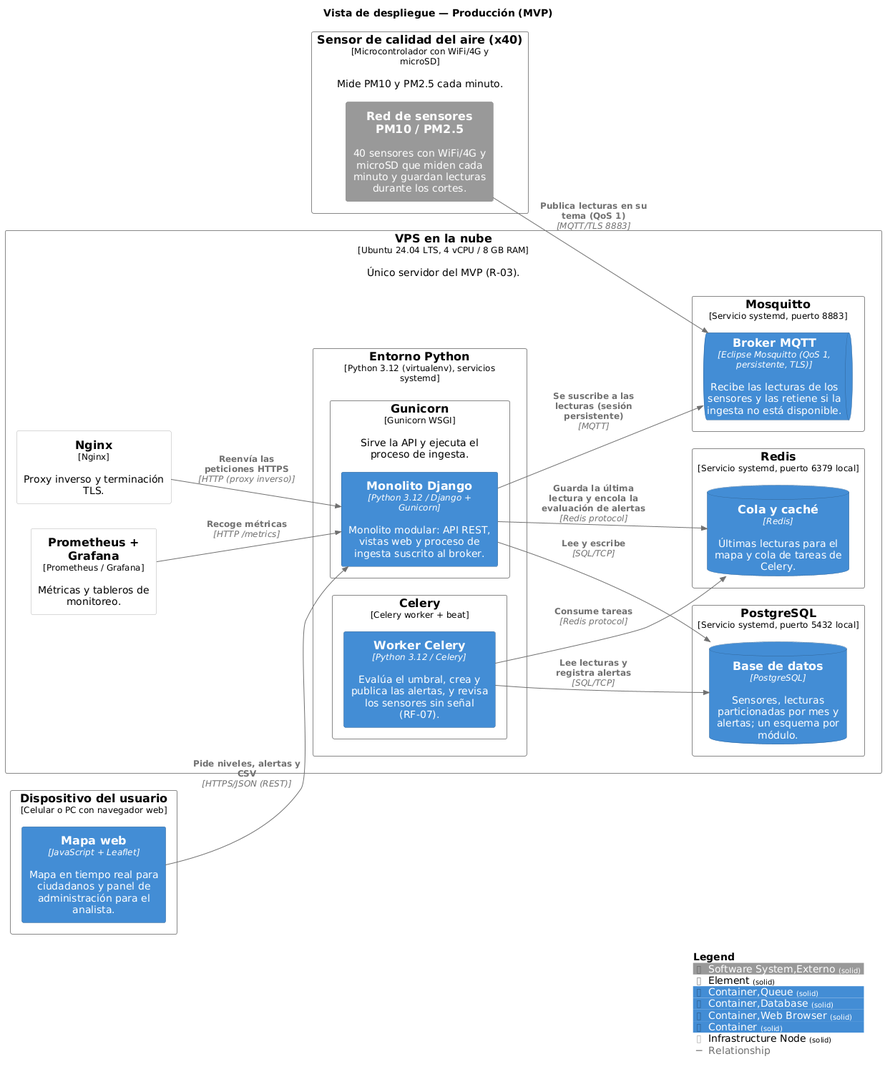
The PlantUML diagram docs/architecture/c4/img/structurizr-Despliegue.png in DanielJosueGuillenValcarcel/cs-2026b-lab04, before a commit. Its diagram source:
```plantuml
@startuml
set separator none
title Vista de despliegue — Producción (MVP)

left to right direction

!include <C4/C4>
!include <C4/C4_Context>
!include <C4/C4_Container>
!include <C4/C4_Deployment>

AddElementTag("Software System,Externo", $bgColor="#999999", $borderColor="#6b6b6b", $fontColor="#ffffff", $sprite="", $shadowing="", $borderStyle="solid")
AddElementTag("Element", $bgColor="#ffffff", $borderColor="#888888", $fontColor="#000000", $sprite="", $shadowing="", $borderStyle="solid")
AddElementTag("Container,Queue", $bgColor="#438dd5", $borderColor="#2e6295", $fontColor="#ffffff", $sprite="", $shadowing="", $borderStyle="solid")
AddElementTag("Container,Database", $bgColor="#438dd5", $borderColor="#2e6295", $fontColor="#ffffff", $sprite="", $shadowing="", $borderStyle="solid")
AddElementTag("Container,Web Browser", $bgColor="#438dd5", $borderColor="#2e6295", $fontColor="#ffffff", $sprite="", $shadowing="", $borderStyle="solid")
AddElementTag("Container", $bgColor="#438dd5", $borderColor="#2e6295", $fontColor="#ffffff", $sprite="", $shadowing="", $borderStyle="solid")
AddElementTag("Infrastructure Node", $bgColor="#ffffff", $borderColor="#b2b2b2", $fontColor="#000000", $sprite="", $shadowing="", $borderStyle="solid")

AddRelTag("Relationship", $textColor="#707070", $lineColor="#707070", $lineStyle = "")

Deployment_Node(Producción.Sensordecalidaddelairex40, "Sensor de calidad del aire (x40)", $type="Microcontrolador con WiFi/4G y microSD", $descr="Mide PM10 y PM2.5 cada minuto.", $tags="Element", $link="") {
  System(Producción.Sensordecalidaddelairex40.ReddesensoresPM10PM25_1, "Red de sensores PM10 / PM2.5", $descr="40 sensores con WiFi/4G y microSD que miden cada minuto y guardan lecturas durante los cortes.", $tags="Software System,Externo", $link="")
}

Deployment_Node(Producción.Dispositivodelusuario, "Dispositivo del usuario", $type="Celular o PC con navegador web", $descr="", $tags="Element", $link="") {
  Container(Producción.Dispositivodelusuario.Mapaweb_1, "Mapa web", $techn="JavaScript + Leaflet", $descr="Mapa en tiempo real para ciudadanos y panel de administración para el analista.", $tags="Container,Web Browser", $link="")
}

Deployment_Node(Producción.VPSenlanube, "VPS en la nube", $type="Ubuntu 24.04 LTS, 4 vCPU / 8 GB RAM", $descr="Único servidor del MVP (R-03).", $tags="Element", $link="") {
  Deployment_Node(Producción.VPSenlanube.Nginx, "Nginx", $type="Nginx", $descr="Proxy inverso y terminación TLS.", $tags="Infrastructure Node", $link="")
  Deployment_Node(Producción.VPSenlanube.PrometheusGrafana, "Prometheus + Grafana", $type="Prometheus / Grafana", $descr="Métricas y tableros de monitoreo.", $tags="Infrastructure Node", $link="")
  Deployment_Node(Producción.VPSenlanube.EntornoPython, "Entorno Python", $type="Python 3.12 (virtualenv), servicios systemd", $descr="", $tags="Element", $link="") {
    Deployment_Node(Producción.VPSenlanube.EntornoPython.Gunicorn, "Gunicorn", $type="Gunicorn WSGI", $descr="Sirve la API y ejecuta el proceso de ingesta.", $tags="Element", $link="") {
      Container(Producción.VPSenlanube.EntornoPython.Gunicorn.MonolitoDjango_1, "Monolito Django", $techn="Python 3.12 / Django + Gunicorn", $descr="Monolito modular: API REST, vistas web y proceso de ingesta suscrito al broker.", $tags="Container", $link="")
    }

    Deployment_Node(Producción.VPSenlanube.EntornoPython.Celery, "Celery", $type="Celery worker + beat", $descr="", $tags="Element", $link="") {
      Container(Producción.VPSenlanube.EntornoPython.Celery.WorkerCelery_1, "Worker Celery", $techn="Python 3.12 / Celery", $descr="Evalúa el umbral, crea y publica las alertas, y revisa los sensores sin señal (RF-07).", $tags="Container", $link="")
    }

  }

  Deployment_Node(Producción.VPSenlanube.Mosquitto, "Mosquitto", $type="Servicio systemd, puerto 8883", $descr="", $tags="Element", $link="") {
    ContainerQueue(Producción.VPSenlanube.Mosquitto.BrokerMQTT_1, "Broker MQTT", $techn="Eclipse Mosquitto (QoS 1, persistente, TLS)", $descr="Recibe las lecturas de los sensores y las retiene si la ingesta no está disponible.", $tags="Container,Queue", $link="")
  }

  Deployment_Node(Producción.VPSenlanube.PostgreSQL, "PostgreSQL", $type="Servicio systemd, puerto 5432 local", $descr="", $tags="Element", $link="") {
    ContainerDb(Producción.VPSenlanube.PostgreSQL.Basededatos_1, "Base de datos", $techn="PostgreSQL", $descr="Sensores, lecturas particionadas por mes y alertas; un esquema por módulo.", $tags="Container,Database", $link="")
  }

  Deployment_Node(Producción.VPSenlanube.Redis, "Redis", $type="Servicio systemd, puerto 6379 local", $descr="", $tags="Element", $link="") {
    ContainerDb(Producción.VPSenlanube.Redis.Colaycaché_1, "Cola y caché", $techn="Redis", $descr="Últimas lecturas para el mapa y cola de tareas de Celery.", $tags="Container,Database", $link="")
  }

}

Rel(Producción.Dispositivodelusuario.Mapaweb_1, Producción.VPSenlanube.EntornoPython.Gunicorn.MonolitoDjango_1, "Pide niveles, alertas y CSV", $techn="HTTPS/JSON (REST)", $tags="Relationship", $link="")
Rel(Producción.Sensordecalidaddelairex40.ReddesensoresPM10PM25_1, Producción.VPSenlanube.Mosquitto.BrokerMQTT_1, "Publica lecturas en su tema (QoS 1)", $techn="MQTT/TLS 8883", $tags="Relationship", $link="")
Rel(Producción.VPSenlanube.EntornoPython.Gunicorn.MonolitoDjango_1, Producción.VPSenlanube.Mosquitto.BrokerMQTT_1, "Se suscribe a las lecturas (sesión persistente)", $techn="MQTT", $tags="Relationship", $link="")
Rel(Producción.VPSenlanube.EntornoPython.Gunicorn.MonolitoDjango_1, Producción.VPSenlanube.PostgreSQL.Basededatos_1, "Lee y escribe", $techn="SQL/TCP", $tags="Relationship", $link="")
Rel(Producción.VPSenlanube.EntornoPython.Celery.WorkerCelery_1, Producción.VPSenlanube.PostgreSQL.Basededatos_1, "Lee lecturas y registra alertas", $techn="SQL/TCP", $tags="Relationship", $link="")
Rel(Producción.VPSenlanube.EntornoPython.Gunicorn.MonolitoDjango_1, Producción.VPSenlanube.Redis.Colaycaché_1, "Guarda la última lectura y encola la evaluación de alertas", $techn="Redis protocol", $tags="Relationship", $link="")
Rel(Producción.VPSenlanube.EntornoPython.Celery.WorkerCelery_1, Producción.VPSenlanube.Redis.Colaycaché_1, "Consume tareas", $techn="Redis protocol", $tags="Relationship", $link="")
Rel(Producción.VPSenlanube.Nginx, Producción.VPSenlanube.EntornoPython.Gunicorn.MonolitoDjango_1, "Reenvía las peticiones HTTPS", $techn="HTTP (proxy inverso)", $tags="Relationship", $link="")
Rel(Producción.VPSenlanube.PrometheusGrafana, Producción.VPSenlanube.EntornoPython.Gunicorn.MonolitoDjango_1, "Recoge métricas", $techn="HTTP /metrics", $tags="Relationship", $link="")

SHOW_LEGEND(true)
@enduml
```
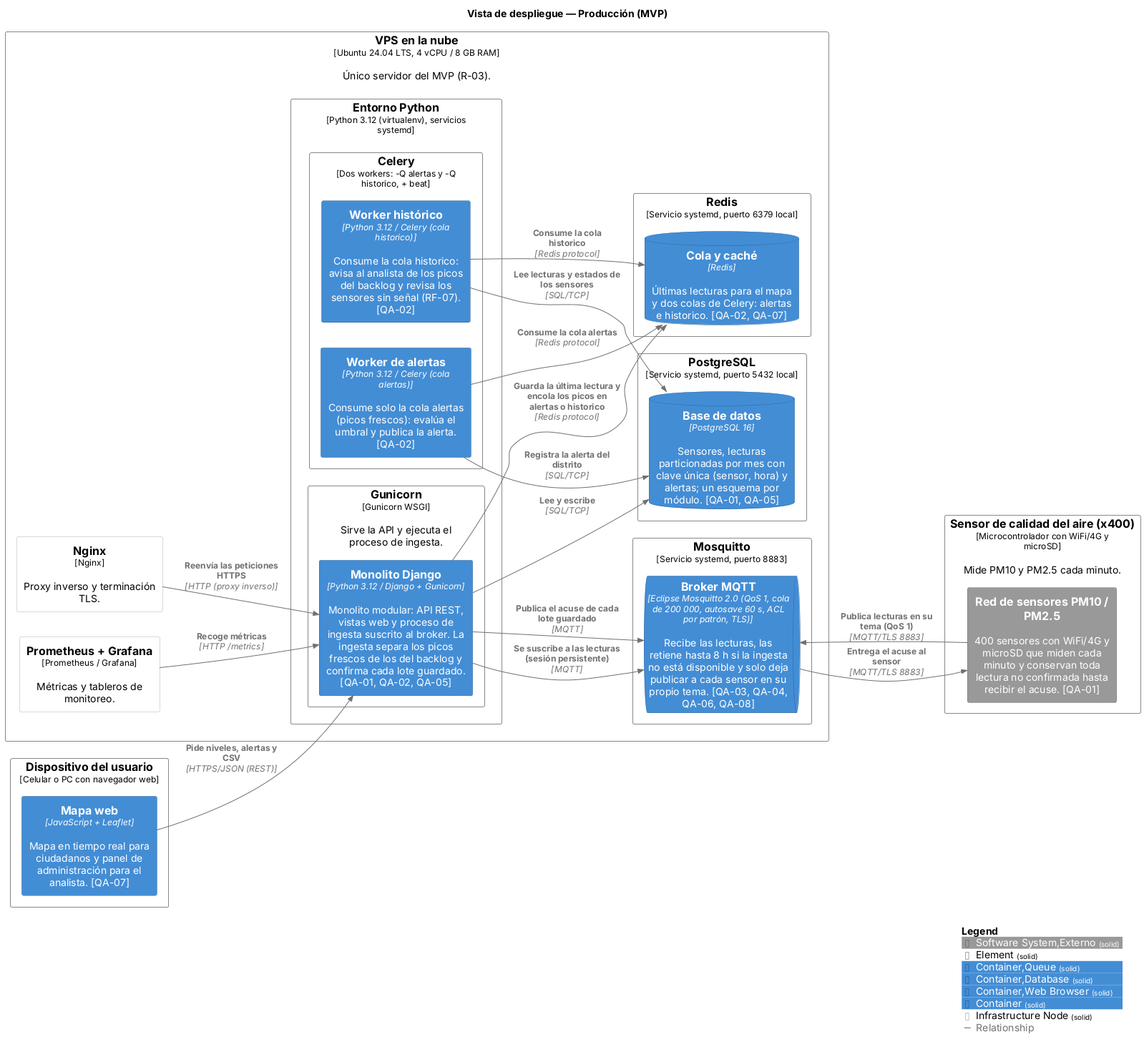
After the change.

Diff of the diagram source:
```diff
@@ -19,12 +19,12 @@
 
 AddRelTag("Relationship", $textColor="#707070", $lineColor="#707070", $lineStyle = "")
 
-Deployment_Node(Producción.Sensordecalidaddelairex40, "Sensor de calidad del aire (x40)", $type="Microcontrolador con WiFi/4G y microSD", $descr="Mide PM10 y PM2.5 cada minuto.", $tags="Element", $link="") {
-  System(Producción.Sensordecalidaddelairex40.ReddesensoresPM10PM25_1, "Red de sensores PM10 / PM2.5", $descr="40 sensores con WiFi/4G y microSD que miden cada minuto y guardan lecturas durante los cortes.", $tags="Software System,Externo", $link="")
+Deployment_Node(Producción.Sensordecalidaddelairex400, "Sensor de calidad del aire (x400)", $type="Microcontrolador con WiFi/4G y microSD", $descr="Mide PM10 y PM2.5 cada minuto.", $tags="Element", $link="") {
+  System(Producción.Sensordecalidaddelairex400.ReddesensoresPM10PM25_1, "Red de sensores PM10 / PM2.5", $descr="400 sensores con WiFi/4G y microSD que miden cada minuto y conservan toda lectura no confirmada hasta recibir el acuse. [QA-01]", $tags="Software System,Externo", $link="")
 }
 
 Deployment_Node(Producción.Dispositivodelusuario, "Dispositivo del usuario", $type="Celular o PC con navegador web", $descr="", $tags="Element", $link="") {
-  Container(Producción.Dispositivodelusuario.Mapaweb_1, "Mapa web", $techn="JavaScript + Leaflet", $descr="Mapa en tiempo real para ciudadanos y panel de administración para el analista.", $tags="Container,Web Browser", $link="")
+  Container(Producción.Dispositivodelusuario.Mapaweb_1, "Mapa web", $techn="JavaScript + Leaflet", $descr="Mapa en tiempo real para ciudadanos y panel de administración para el analista. [QA-07]", $tags="Container,Web Browser", $link="")
 }
 
 Deployment_Node(Producción.VPSenlanube, "VPS en la nube", $type="Ubuntu 24.04 LTS, 4 vCPU / 8 GB RAM", $descr="Único servidor del MVP (R-03).", $tags="Element", $link="") {
@@ -32,36 +32,41 @@
   Deployment_Node(Producción.VPSenlanube.PrometheusGrafana, "Prometheus + Grafana", $type="Prometheus / Grafana", $descr="Métricas y tableros de monitoreo.", $tags="Infrastructure Node", $link="")
   Deployment_Node(Producción.VPSenlanube.EntornoPython, "Entorno Python", $type="Python 3.12 (virtualenv), servicios systemd", $descr="", $tags="Element", $link="") {
     Deployment_Node(Producción.VPSenlanube.EntornoPython.Gunicorn, "Gunicorn", $type="Gunicorn WSGI", $descr="Sirve la API y ejecuta el proceso de ingesta.", $tags="Element", $link="") {
-      Container(Producción.VPSenlanube.EntornoPython.Gunicorn.MonolitoDjango_1, "Monolito Django", $techn="Python 3.12 / Django + Gunicorn", $descr="Monolito modular: API REST, vistas web y proceso de ingesta suscrito al broker.", $tags="Container", $link="")
+      Container(Producción.VPSenlanube.EntornoPython.Gunicorn.MonolitoDjango_1, "Monolito Django", $techn="Python 3.12 / Django + Gunicorn", $descr="Monolito modular: API REST, vistas web y proceso de ingesta suscrito al broker. La ingesta separa los picos frescos de los del backlog y confirma cada lote guardado. [QA-01, QA-02, QA-05]", $tags="Container", $link="")
     }
 
-    Deployment_Node(Producción.VPSenlanube.EntornoPython.Celery, "Celery", $type="Celery worker + beat", $descr="", $tags="Element", $link="") {
-      Container(Producción.VPSenlanube.EntornoPython.Celery.WorkerCelery_1, "Worker Celery", $techn="Python 3.12 / Celery", $descr="Evalúa el umbral, crea y publica las alertas, y revisa los sensores sin señal (RF-07).", $tags="Container", $link="")
+    Deployment_Node(Producción.VPSenlanube.EntornoPython.Celery, "Celery", $type="Dos workers: -Q alertas y -Q historico, + beat", $descr="", $tags="Element", $link="") {
+      Container(Producción.VPSenlanube.EntornoPython.Celery.Workerdealertas_1, "Worker de alertas", $techn="Python 3.12 / Celery (cola alertas)", $descr="Consume solo la cola alertas (picos frescos): evalúa el umbral y publica la alerta. [QA-02]", $tags="Container", $link="")
+      Container(Producción.VPSenlanube.EntornoPython.Celery.Workerhistórico_1, "Worker histórico", $techn="Python 3.12 / Celery (cola historico)", $descr="Consume la cola historico: avisa al analista de los picos del backlog y revisa los sensores sin señal (RF-07). [QA-02]", $tags="Container", $link="")
     }
 
   }
 
   Deployment_Node(Producción.VPSenlanube.Mosquitto, "Mosquitto", $type="Servicio systemd, puerto 8883", $descr="", $tags="Element", $link="") {
-    ContainerQueue(Producción.VPSenlanube.Mosquitto.BrokerMQTT_1, "Broker MQTT", $techn="Eclipse Mosquitto (QoS 1, persistente, TLS)", $descr="Recibe las lecturas de los sensores y las retiene si la ingesta no está disponible.", $tags="Container,Queue", $link="")
+    ContainerQueue(Producción.VPSenlanube.Mosquitto.BrokerMQTT_1, "Broker MQTT", $techn="Eclipse Mosquitto 2.0 (QoS 1, cola de 200 000, autosave 60 s, ACL por patrón, TLS)", $descr="Recibe las lecturas, las retiene hasta 8 h si la ingesta no está disponible y solo deja publicar a cada sensor en su propio tema. [QA-03, QA-04, QA-06, QA-08]", $tags="Container,Queue", $link="")
   }
 
   Deployment_Node(Producción.VPSenlanube.PostgreSQL, "PostgreSQL", $type="Servicio systemd, puerto 5432 local", $descr="", $tags="Element", $link="") {
-    ContainerDb(Producción.VPSenlanube.PostgreSQL.Basededatos_1, "Base de datos", $techn="PostgreSQL", $descr="Sensores, lecturas particionadas por mes y alertas; un esquema por módulo.", $tags="Container,Database", $link="")
+    ContainerDb(Producción.VPSenlanube.PostgreSQL.Basededatos_1, "Base de datos", $techn="PostgreSQL 16", $descr="Sensores, lecturas particionadas por mes con clave única (sensor, hora) y alertas; un esquema por módulo. [QA-01, QA-05]", $tags="Container,Database", $link="")
   }
 
   Deployment_Node(Producción.VPSenlanube.Redis, "Redis", $type="Servicio systemd, puerto 6379 local", $descr="", $tags="Element", $link="") {
-    ContainerDb(Producción.VPSenlanube.Redis.Colaycaché_1, "Cola y caché", $techn="Redis", $descr="Últimas lecturas para el mapa y cola de tareas de Celery.", $tags="Container,Database", $link="")
+    ContainerDb(Producción.VPSenlanube.Redis.Colaycaché_1, "Cola y caché", $techn="Redis", $descr="Últimas lecturas para el mapa y dos colas de Celery: alertas e historico. [QA-02, QA-07]", $tags="Container,Database", $link="")
   }
 
 }
 
 Rel(Producción.Dispositivodelusuario.Mapaweb_1, Producción.VPSenlanube.EntornoPython.Gunicorn.MonolitoDjango_1, "Pide niveles, alertas y CSV", $techn="HTTPS/JSON (REST)", $tags="Relationship", $link="")
-Rel(Producción.Sensordecalidaddelairex40.ReddesensoresPM10PM25_1, Producción.VPSenlanube.Mosquitto.BrokerMQTT_1, "Publica lecturas en su tema (QoS 1)", $techn="MQTT/TLS 8883", $tags="Relationship", $link="")
+Rel(Producción.VPSenlanube.Mosquitto.BrokerMQTT_1, Producción.Sensordecalidaddelairex400.ReddesensoresPM10PM25_1, "Entrega el acuse al sensor", $techn="MQTT/TLS 8883", $tags="Relationship", $link="")
+Rel(Producción.Sensordecalidaddelairex400.ReddesensoresPM10PM25_1, Producción.VPSenlanube.Mosquitto.BrokerMQTT_1, "Publica lecturas en su tema (QoS 1)", $techn="MQTT/TLS 8883", $tags="Relationship", $link="")
 Rel(Producción.VPSenlanube.EntornoPython.Gunicorn.MonolitoDjango_1, Producción.VPSenlanube.Mosquitto.BrokerMQTT_1, "Se suscribe a las lecturas (sesión persistente)", $techn="MQTT", $tags="Relationship", $link="")
+Rel(Producción.VPSenlanube.EntornoPython.Gunicorn.MonolitoDjango_1, Producción.VPSenlanube.Mosquitto.BrokerMQTT_1, "Publica el acuse de cada lote guardado", $techn="MQTT", $tags="Relationship", $link="")
 Rel(Producción.VPSenlanube.EntornoPython.Gunicorn.MonolitoDjango_1, Producción.VPSenlanube.PostgreSQL.Basededatos_1, "Lee y escribe", $techn="SQL/TCP", $tags="Relationship", $link="")
-Rel(Producción.VPSenlanube.EntornoPython.Celery.WorkerCelery_1, Producción.VPSenlanube.PostgreSQL.Basededatos_1, "Lee lecturas y registra alertas", $techn="SQL/TCP", $tags="Relationship", $link="")
-Rel(Producción.VPSenlanube.EntornoPython.Gunicorn.MonolitoDjango_1, Producción.VPSenlanube.Redis.Colaycaché_1, "Guarda la última lectura y encola la evaluación de alertas", $techn="Redis protocol", $tags="Relationship", $link="")
-Rel(Producción.VPSenlanube.EntornoPython.Celery.WorkerCelery_1, Producción.VPSenlanube.Redis.Colaycaché_1, "Consume tareas", $techn="Redis protocol", $tags="Relationship", $link="")
+Rel(Producción.VPSenlanube.EntornoPython.Celery.Workerdealertas_1, Producción.VPSenlanube.PostgreSQL.Basededatos_1, "Registra la alerta del distrito", $techn="SQL/TCP", $tags="Relationship", $link="")
+Rel(Producción.VPSenlanube.EntornoPython.Celery.Workerhistórico_1, Producción.VPSenlanube.PostgreSQL.Basededatos_1, "Lee lecturas y estados de los sensores", $techn="SQL/TCP", $tags="Relationship", $link="")
+Rel(Producción.VPSenlanube.EntornoPython.Gunicorn.MonolitoDjango_1, Producción.VPSenlanube.Redis.Colaycaché_1, "Guarda la última lectura y encola los picos en alertas o historico", $techn="Redis protocol", $tags="Relationship", $link="")
+Rel(Producción.VPSenlanube.EntornoPython.Celery.Workerdealertas_1, Producción.VPSenlanube.Redis.Colaycaché_1, "Consume la cola alertas", $techn="Redis protocol", $tags="Relationship", $link="")
+Rel(Producción.VPSenlanube.EntornoPython.Celery.Workerhistórico_1, Producción.VPSenlanube.Redis.Colaycaché_1, "Consume la cola historico", $techn="Redis protocol", $tags="Relationship", $link="")
 Rel(Producción.VPSenlanube.Nginx, Producción.VPSenlanube.EntornoPython.Gunicorn.MonolitoDjango_1, "Reenvía las peticiones HTTPS", $techn="HTTP (proxy inverso)", $tags="Relationship", $link="")
 Rel(Producción.VPSenlanube.PrometheusGrafana, Producción.VPSenlanube.EntornoPython.Gunicorn.MonolitoDjango_1, "Recoge métricas", $techn="HTTP /metrics", $tags="Relationship", $link="")
 
```
